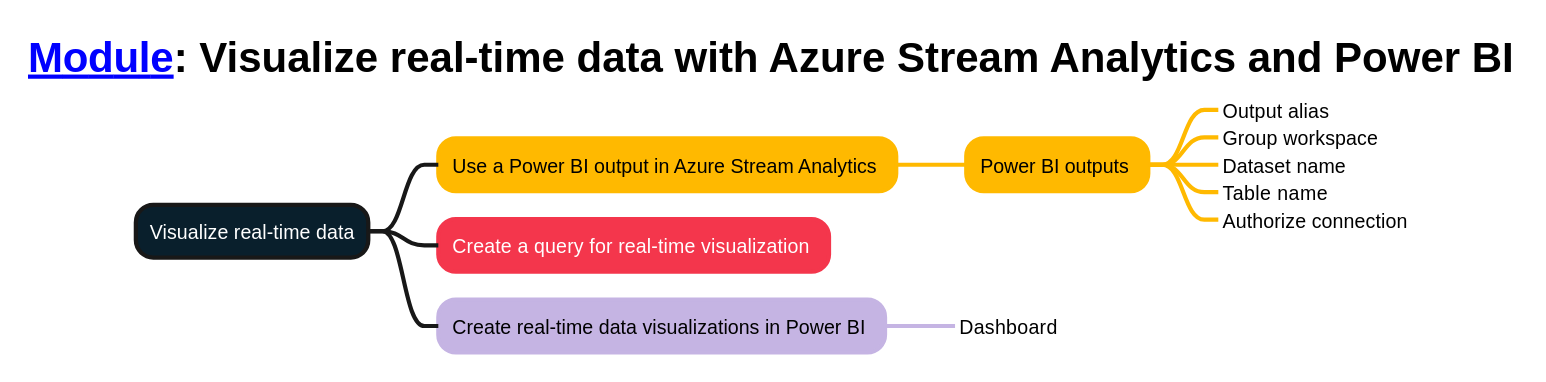
Above: mindmaps/19-Visualize real-time data with Azure Stream Analytics and Power BI.svg in weslbo/dp-203 (PlantUML), before the change. Its diagram source:
```plantuml
@startmindmap
<style>
title {
        FontSize 30
        FontColor #000000
    }
mindmapDiagram {
    :depth(0) {
        BackgroundColor #091f2c
        FontColor #ffffff
        LineThickness 3.0
    }
    .topic1 {
        BackgroundColor #ffb900
        LineColor #ffb900
        LineThickness 3.0
        FontColor #000000
    }
    .topic2 {
        BackgroundColor #f4364c
        LineColor #f4364c
        LineThickness 3.0
        FontColor #ffffff
    }
    .topic3 {
        BackgroundColor #c5b4e3
        LineColor #c5b4e3
        LineThickness 3.0
        FontColor #000000
    }
    .topic4 {
        BackgroundColor #e1d3c7
        LineColor #e1d3c7
        LineThickness 3.0
        FontColor #000000
    }
    .topic5 {
        BackgroundColor #07641d
        LineColor #07641d
        LineThickness 3.0
        FontColor #ffffff
    }
}
</style>
title [[https://learn.microsoft.com/training/modules/visualize-real-time-data-azure-stream-analytics-power-bi/ Module]]: Visualize real-time data with Azure Stream Analytics and Power BI
+ Visualize real-time data
++ Use a Power BI output in Azure Stream Analytics <<topic1>>
+++ Power BI outputs <<topic1>>
++++_ Output alias
++++_ Group workspace
++++_ Dataset name
++++_ Table name
++++_ Authorize connection
++ Create a query for real-time visualization <<topic2>>
++ Create real-time data visualizations in Power BI <<topic3>>
+++_ Dashboard
@endmindmap
```
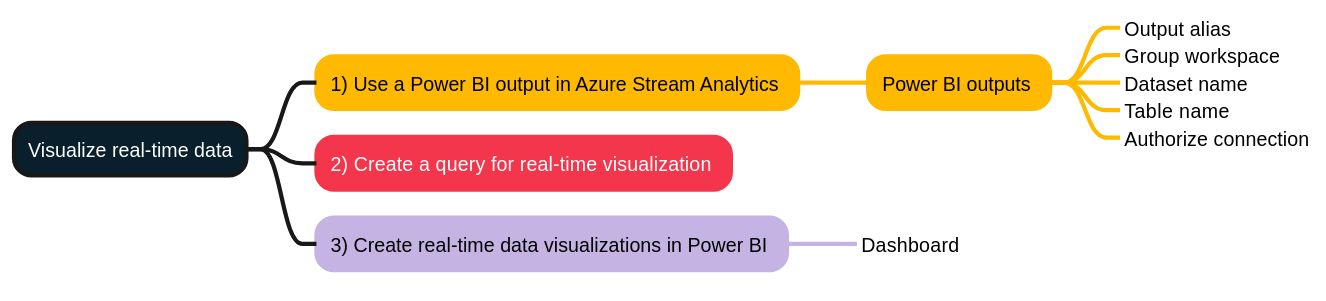
The same diagram one commit later.

Diff of the diagram source:
```diff
@@ -1,57 +1,50 @@
 @startmindmap
 <style>
-title {
-        FontSize 30
-        FontColor #000000
-    }
-mindmapDiagram {
-    :depth(0) {
-        BackgroundColor #091f2c
-        FontColor #ffffff
-        LineThickness 3.0
-    }
-    .topic1 {
-        BackgroundColor #ffb900
-        LineColor #ffb900
-        LineThickness 3.0
-        FontColor #000000
-    }
-    .topic2 {
-        BackgroundColor #f4364c
-        LineColor #f4364c
-        LineThickness 3.0
-        FontColor #ffffff
-    }
-    .topic3 {
-        BackgroundColor #c5b4e3
-        LineColor #c5b4e3
-        LineThickness 3.0
-        FontColor #000000
-    }
-    .topic4 {
-        BackgroundColor #e1d3c7
-        LineColor #e1d3c7
-        LineThickness 3.0
-        FontColor #000000
-    }
-    .topic5 {
-        BackgroundColor #07641d
-        LineColor #07641d
-        LineThickness 3.0
-        FontColor #ffffff
-    }
+:depth(0) {
+    BackgroundColor #091f2c
+    FontColor #ffffff
+    LineThickness 3.0
+}
+.topic1 {
+    BackgroundColor #ffb900
+    LineColor #ffb900
+    LineThickness 3.0
+    FontColor #000000
+}
+.topic2 {
+    BackgroundColor #f4364c
+    LineColor #f4364c
+    LineThickness 3.0
+    FontColor #ffffff
+}
+.topic3 {
+    BackgroundColor #c5b4e3
+    LineColor #c5b4e3
+    LineThickness 3.0
+    FontColor #000000
+}
+.topic4 {
+    BackgroundColor #e1d3c7
+    LineColor #e1d3c7
+    LineThickness 3.0
+    FontColor #000000
+}
+.topic5 {
+    BackgroundColor #07641d
+    LineColor #07641d
+    LineThickness 3.0
+    FontColor #ffffff
 }
 </style>
-title [[https://learn.microsoft.com/training/modules/visualize-real-time-data-azure-stream-analytics-power-bi/ Module]]: Visualize real-time data with Azure Stream Analytics and Power BI
 + Visualize real-time data
-++ Use a Power BI output in Azure Stream Analytics <<topic1>>
+++ 1) Use a Power BI output in Azure Stream Analytics <<topic1>>
 +++ Power BI outputs <<topic1>>
 ++++_ Output alias
 ++++_ Group workspace
 ++++_ Dataset name
 ++++_ Table name
 ++++_ Authorize connection
-++ Create a query for real-time visualization <<topic2>>
-++ Create real-time data visualizations in Power BI <<topic3>>
+++ 2) Create a query for real-time visualization <<topic2>>
+++ 3) Create real-time data visualizations in Power BI <<topic3>>
 +++_ Dashboard
 @endmindmap
```
